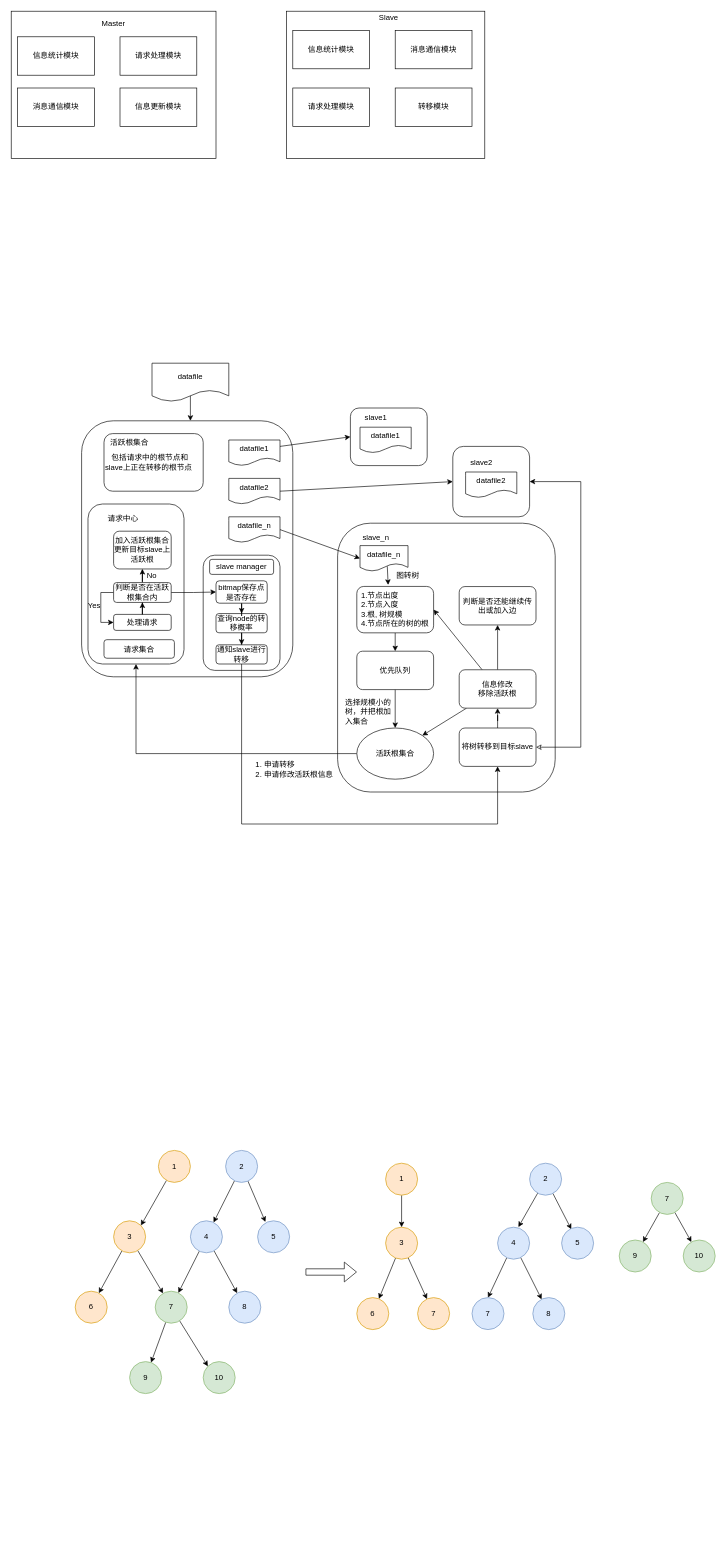
Above: 图划分.drawio in ductina/233 (draw.io), before the change. Source tidied: cells renumbered, new cells numbered last; positions are measured from the earlier drawing's top-left corner, leaving out a move shared by most shapes. Both pictures are drawn from the tidied source at 64%, with x=0, y=0 at pixel (11, 11).
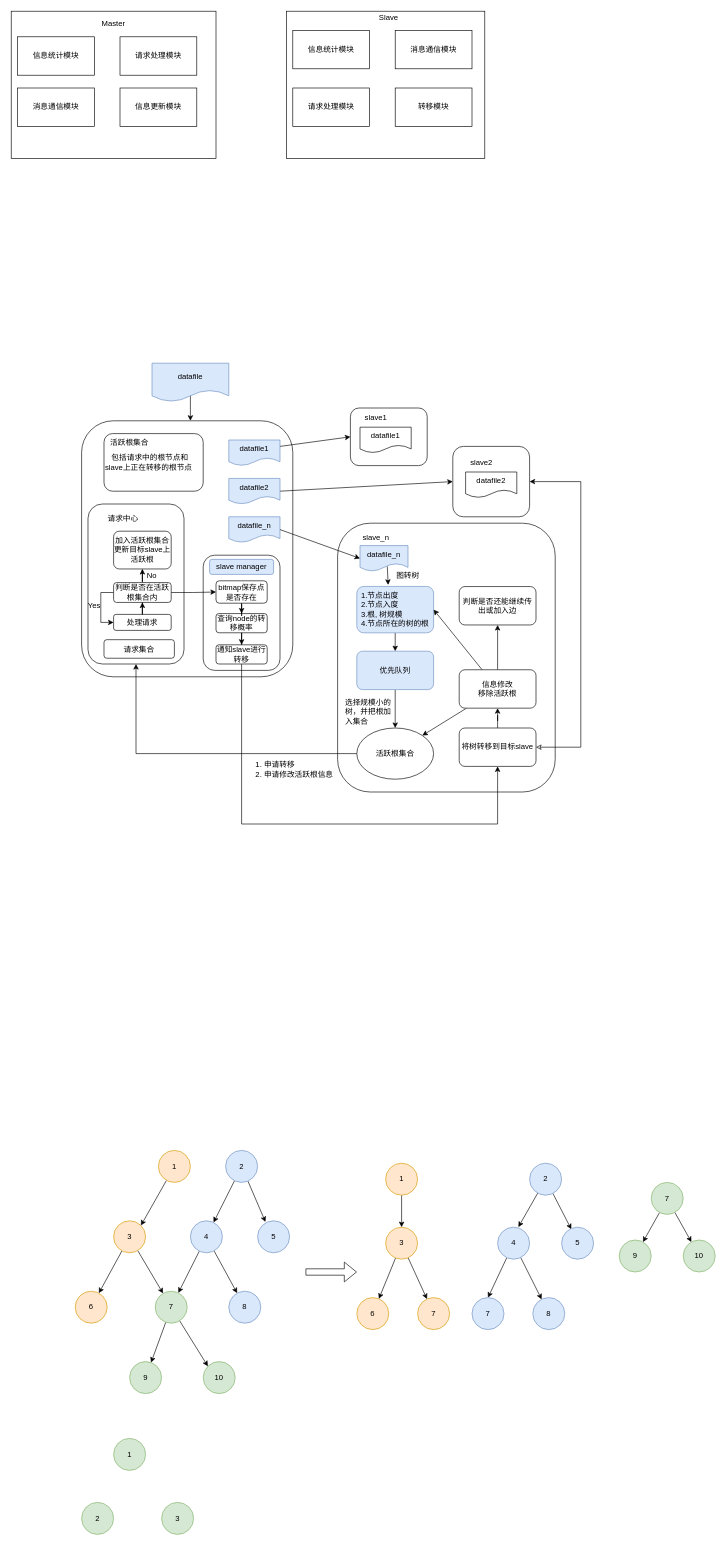
The same page after the edit.

Change to the diagram source:
```diff
@@
-    <mxCell id="16" value="datafile" style="shape=document;whiteSpace=wrap;html=1;boundedLbl=1;" parent="1" vertex="1">
+    <mxCell id="16" value="datafile" style="shape=document;whiteSpace=wrap;html=1;boundedLbl=1;fillColor=#dae8fc;strokeColor=#6c8ebf;" parent="1" vertex="1">
       <mxGeometry x="220" y="550" width="120" height="60" as="geometry" />
     </mxCell>
@@
-    <mxCell id="18" value="datafile1" style="shape=document;whiteSpace=wrap;html=1;boundedLbl=1;" parent="1" vertex="1">
+    <mxCell id="18" value="datafile1" style="shape=document;whiteSpace=wrap;html=1;boundedLbl=1;fillColor=#dae8fc;strokeColor=#6c8ebf;" parent="1" vertex="1">
       <mxGeometry x="340" y="670" width="80" height="40" as="geometry" />
     </mxCell>
@@
-    <mxCell id="20" value="datafile2" style="shape=document;whiteSpace=wrap;html=1;boundedLbl=1;" parent="1" vertex="1">
+    <mxCell id="20" value="datafile2" style="shape=document;whiteSpace=wrap;html=1;boundedLbl=1;fillColor=#dae8fc;strokeColor=#6c8ebf;" parent="1" vertex="1">
       <mxGeometry x="340" y="730" width="80" height="40" as="geometry" />
     </mxCell>
-    <mxCell id="21" value="datafile_n" style="shape=document;whiteSpace=wrap;html=1;boundedLbl=1;" parent="1" vertex="1">
+    <mxCell id="21" value="datafile_n" style="shape=document;whiteSpace=wrap;html=1;boundedLbl=1;fillColor=#dae8fc;strokeColor=#6c8ebf;" parent="1" vertex="1">
       <mxGeometry x="340" y="790" width="80" height="40" as="geometry" />
     </mxCell>
@@
-    <mxCell id="31" value="datafile_n" style="shape=document;whiteSpace=wrap;html=1;boundedLbl=1;" parent="1" vertex="1">
+    <mxCell id="31" value="datafile_n" style="shape=document;whiteSpace=wrap;html=1;boundedLbl=1;fillColor=#dae8fc;strokeColor=#6c8ebf;" parent="1" vertex="1">
       <mxGeometry x="545" y="835" width="75" height="40" as="geometry" />
     </mxCell>
@@
-    <mxCell id="33" value="&lt;div style=&quot;text-align: left&quot;&gt;&lt;span&gt;1.节点出度&lt;/span&gt;&lt;/div&gt;&lt;span&gt;&lt;div style=&quot;text-align: left&quot;&gt;&lt;span&gt;2.节点入度&lt;/span&gt;&lt;/div&gt;&lt;/span&gt;&lt;div style=&quot;text-align: left&quot;&gt;&lt;span&gt;3.根, 树规模&lt;/span&gt;&lt;/div&gt;&lt;div style=&quot;text-align: left&quot;&gt;&lt;span&gt;4.节点所在的树的根&lt;/span&gt;&lt;/div&gt;" style="rounded=1;whiteSpace=wrap;html=1;" parent="1" vertex="1">
+    <mxCell id="33" value="&lt;div style=&quot;text-align: left&quot;&gt;&lt;span&gt;1.节点出度&lt;/span&gt;&lt;/div&gt;&lt;span&gt;&lt;div style=&quot;text-align: left&quot;&gt;&lt;span&gt;2.节点入度&lt;/span&gt;&lt;/div&gt;&lt;/span&gt;&lt;div style=&quot;text-align: left&quot;&gt;&lt;span&gt;3.根, 树规模&lt;/span&gt;&lt;/div&gt;&lt;div style=&quot;text-align: left&quot;&gt;&lt;span&gt;4.节点所在的树的根&lt;/span&gt;&lt;/div&gt;" style="rounded=1;whiteSpace=wrap;html=1;fillColor=#dae8fc;strokeColor=#6c8ebf;" parent="1" vertex="1">
       <mxGeometry x="540" y="898.8" width="120" height="72.5" as="geometry" />
     </mxCell>
@@
-    <mxCell id="38" value="优先队列" style="rounded=1;whiteSpace=wrap;html=1;" parent="1" vertex="1">
+    <mxCell id="38" value="优先队列" style="rounded=1;whiteSpace=wrap;html=1;fillColor=#dae8fc;strokeColor=#6c8ebf;" parent="1" vertex="1">
       <mxGeometry x="540" y="1000" width="120" height="60" as="geometry" />
     </mxCell>
@@
-    <mxCell id="48" value="slave manager" style="rounded=1;whiteSpace=wrap;html=1;" parent="1" vertex="1">
+    <mxCell id="48" value="slave manager" style="rounded=1;whiteSpace=wrap;html=1;fillColor=#dae8fc;strokeColor=#6c8ebf;" parent="1" vertex="1">
       <mxGeometry x="310" y="856.5" width="100" height="23.5" as="geometry" />
     </mxCell>
@@
+    <mxCell id="113" value="1" style="ellipse;whiteSpace=wrap;html=1;fillColor=#d5e8d4;strokeColor=#82b366;" parent="1" vertex="1">
+      <mxGeometry x="160" y="2230" width="50" height="50" as="geometry" />
+    </mxCell>
+    <mxCell id="114" value="2" style="ellipse;whiteSpace=wrap;html=1;fillColor=#d5e8d4;strokeColor=#82b366;" parent="1" vertex="1">
+      <mxGeometry x="110" y="2330" width="50" height="50" as="geometry" />
+    </mxCell>
+    <mxCell id="115" value="3" style="ellipse;whiteSpace=wrap;html=1;fillColor=#d5e8d4;strokeColor=#82b366;" parent="1" vertex="1">
+      <mxGeometry x="235" y="2330" width="50" height="50" as="geometry" />
+    </mxCell>
```
